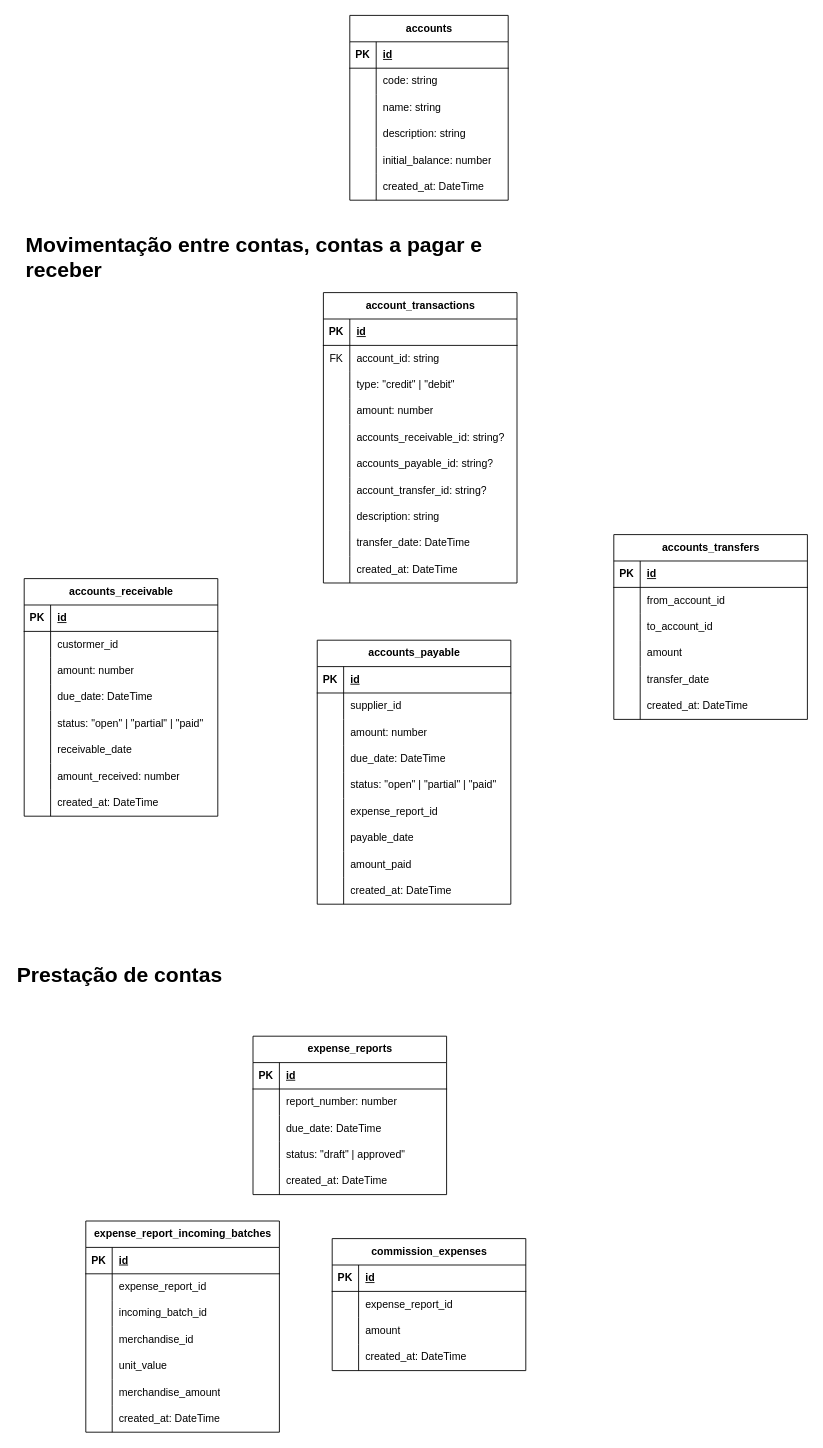
The draw.io diagram Maanain-Roles.drawio in eldoncosta1/diagrams, before the edit. Source tidied: cells renumbered, new cells numbered last; positions are measured from the earlier drawing's top-left corner, leaving out a move shared by most shapes. Both pictures are drawn from the tidied source at 88%, with x=0, y=0 at pixel (15, 15).
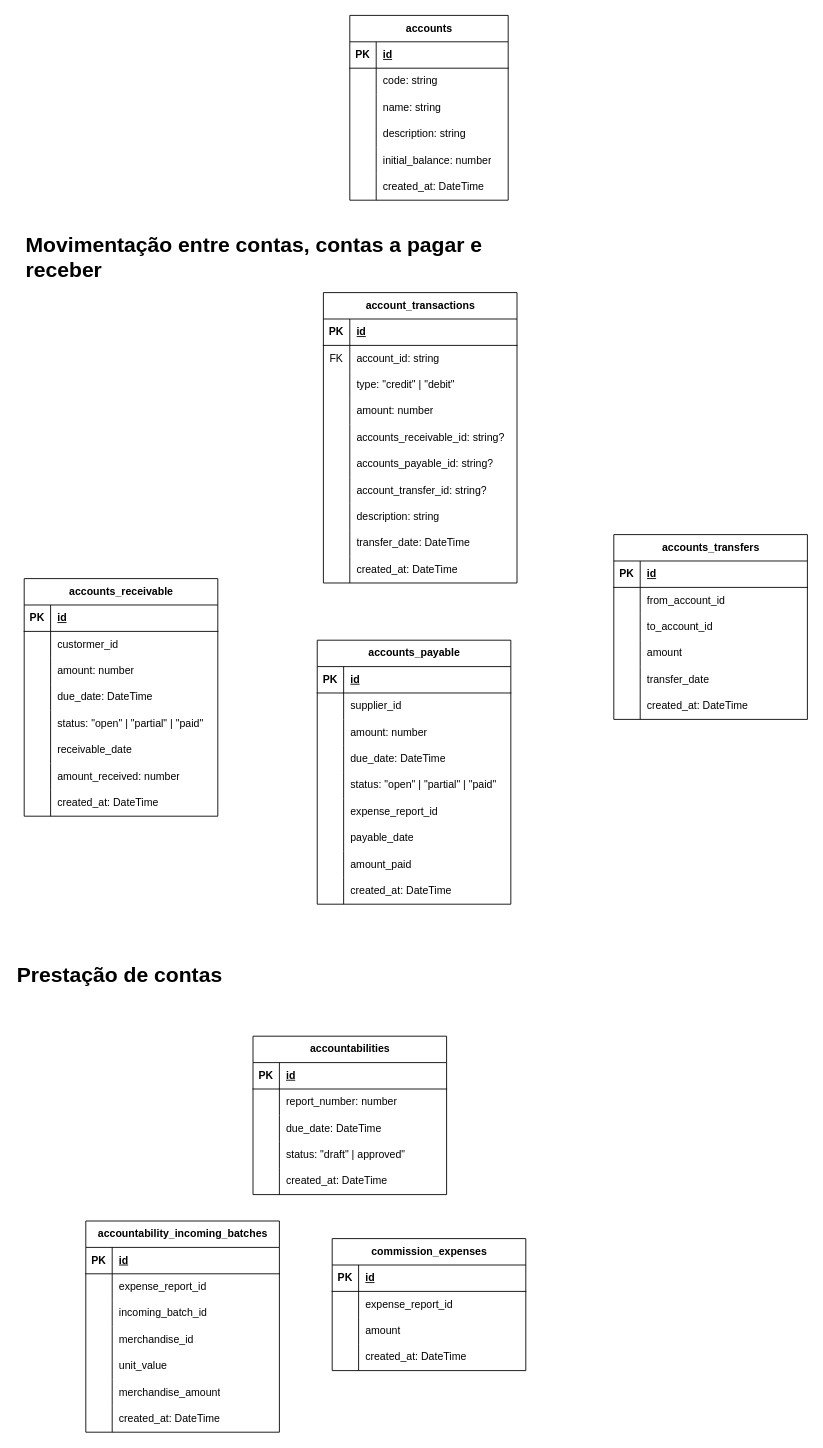
After the change.

The edit, as a diff of the source:
```diff
@@
-    <mxCell id="124" value="expen&lt;span style=&quot;background-color: transparent; color: light-dark(rgb(0, 0, 0), rgb(255, 255, 255));&quot;&gt;se_reports&lt;/span&gt;" style="shape=table;startSize=30;childLayout=tableLayout;rowLines=0;fontStyle=1;align=center;html=1;" parent="1" vertex="1">
+    <mxCell id="124" value="accountabilities" style="shape=table;startSize=30;childLayout=tableLayout;rowLines=0;fontStyle=1;align=center;html=1;" parent="1" vertex="1">
       <mxGeometry x="270" y="1160" width="220" height="180" as="geometry" />
     </mxCell>
@@
-    <mxCell id="140" value="expense_report_incoming_batches" style="shape=table;startSize=30;childLayout=tableLayout;rowLines=0;fontStyle=1;align=center;html=1;" parent="1" vertex="1">
+    <mxCell id="140" value="accountability&lt;span style=&quot;background-color: transparent; color: light-dark(rgb(0, 0, 0), rgb(255, 255, 255));&quot;&gt;_incoming_batches&lt;/span&gt;" style="shape=table;startSize=30;childLayout=tableLayout;rowLines=0;fontStyle=1;align=center;html=1;" parent="1" vertex="1">
       <mxGeometry x="80" y="1370" width="220" height="240" as="geometry" />
     </mxCell>
```
